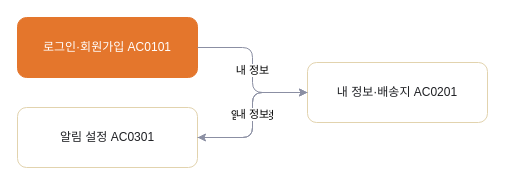
Before: page "AC 계정" (6 of 10) of 판매용_템플릿/_판매팩/공동구매_플러스/05_FLOW_흐름도.drawio in hyunplanb-cyber/ia-generation-platform, a draw.io diagram. Source tidied: cells renumbered, new cells numbered last; positions are measured from the earlier drawing's top-left corner, leaving out a move shared by most shapes. Both pictures are drawn from the tidied source at 100%, with x=0, y=0 at pixel (17, 17).
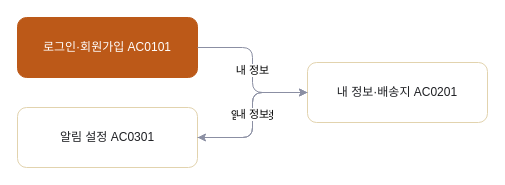
The same page after the edit.

Diff of the diagram source:
```diff
@@
 <mxGraphModel>
   <root>
     <mxCell id="0" />
     <mxCell id="1" parent="0" />
-    <mxCell id="2" value="로그인·회원가입 AC0101" style="rounded=1;whiteSpace=wrap;html=1;fillColor=#E4762C;strokeColor=#E4762C;fontColor=#FFFFFF;" parent="1" vertex="1">
+    <mxCell id="2" value="로그인·회원가입 AC0101" style="rounded=1;whiteSpace=wrap;html=1;fillColor=#BC5918;strokeColor=#BC5918;fontColor=#FFFFFF;" parent="1" vertex="1">
       <mxGeometry width="180" height="60" as="geometry" />
     </mxCell>
     <mxCell id="3" value="내 정보·배송지 AC0201" style="rounded=1;whiteSpace=wrap;html=1;fillColor=#FFFFFF;strokeColor=#E2D3AE;fontColor=#1F2024;" parent="1" vertex="1">
       <mxGeometry x="290" y="45" width="180" height="60" as="geometry" />
     </mxCell>
     <mxCell id="4" value="알림 설정 AC0301" style="rounded=1;whiteSpace=wrap;html=1;fillColor=#FFFFFF;strokeColor=#E2D3AE;fontColor=#1F2024;" parent="1" vertex="1">
       <mxGeometry y="90" width="180" height="60" as="geometry" />
     </mxCell>
     <mxCell id="5" value="내 정보" style="edgeStyle=orthogonalEdgeStyle;rounded=1;html=1;strokeColor=#8B8FA3;" parent="1" edge="1" source="2" target="3">
       <mxGeometry relative="1" as="geometry" />
     </mxCell>
     <mxCell id="6" value="알림 설정" style="edgeStyle=orthogonalEdgeStyle;rounded=1;html=1;strokeColor=#8B8FA3;" parent="1" edge="1" source="3" target="4">
       <mxGeometry relative="1" as="geometry" />
     </mxCell>
     <mxCell id="7" value="내 정보" style="edgeStyle=orthogonalEdgeStyle;rounded=1;html=1;strokeColor=#8B8FA3;" parent="1" edge="1" source="4" target="3">
       <mxGeometry relative="1" as="geometry" />
     </mxCell>
   </root>
 </mxGraphModel>
```
